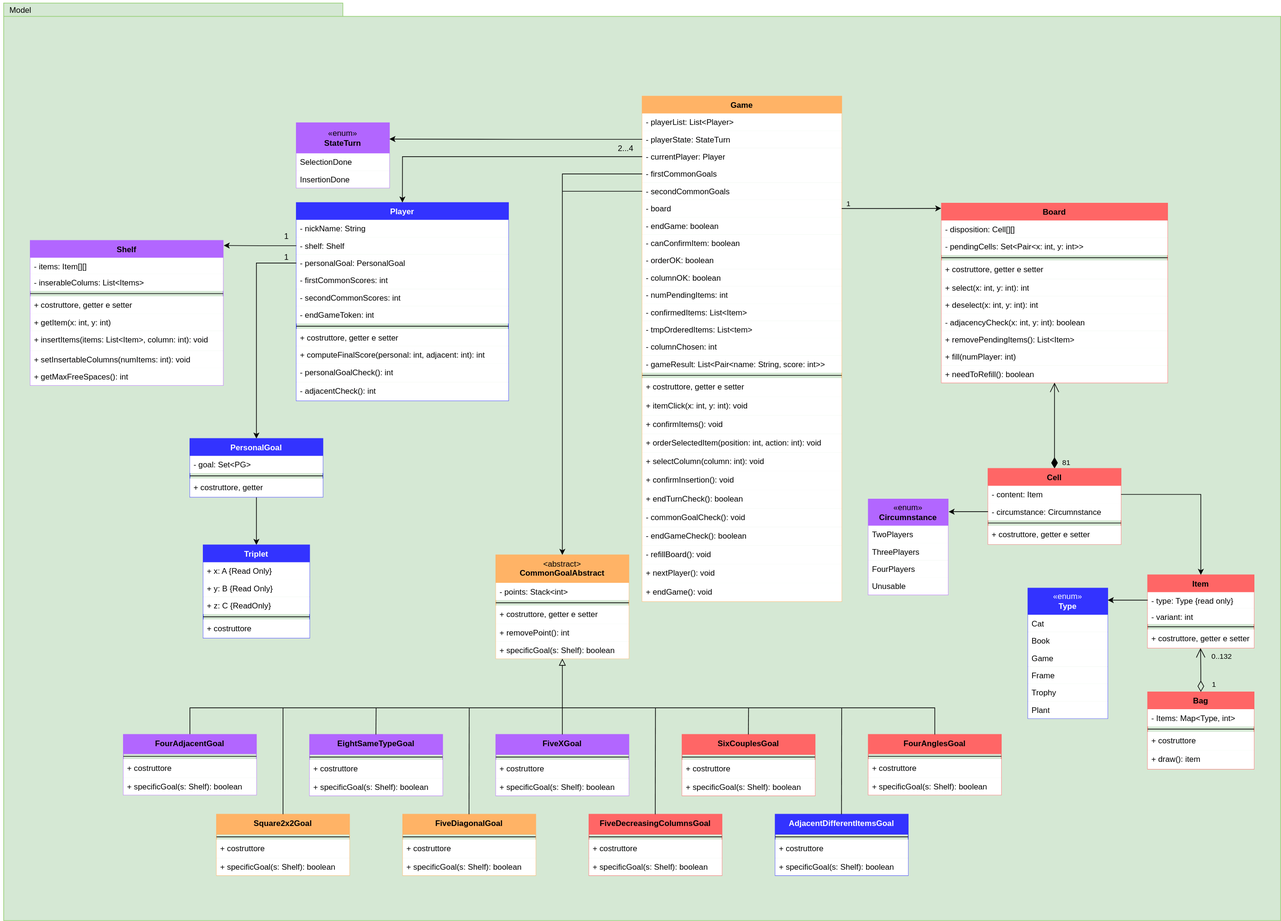
This is deliveries/UML/model.drawio.svg from pontig/ing-sw-2023-pontiggia-pasini-reffo-perriello, a draw.io export, as it was before one commit. Source tidied: cells renumbered, new cells last; positions are measured from the earlier drawing's top-left corner, leaving out a move shared by most shapes.
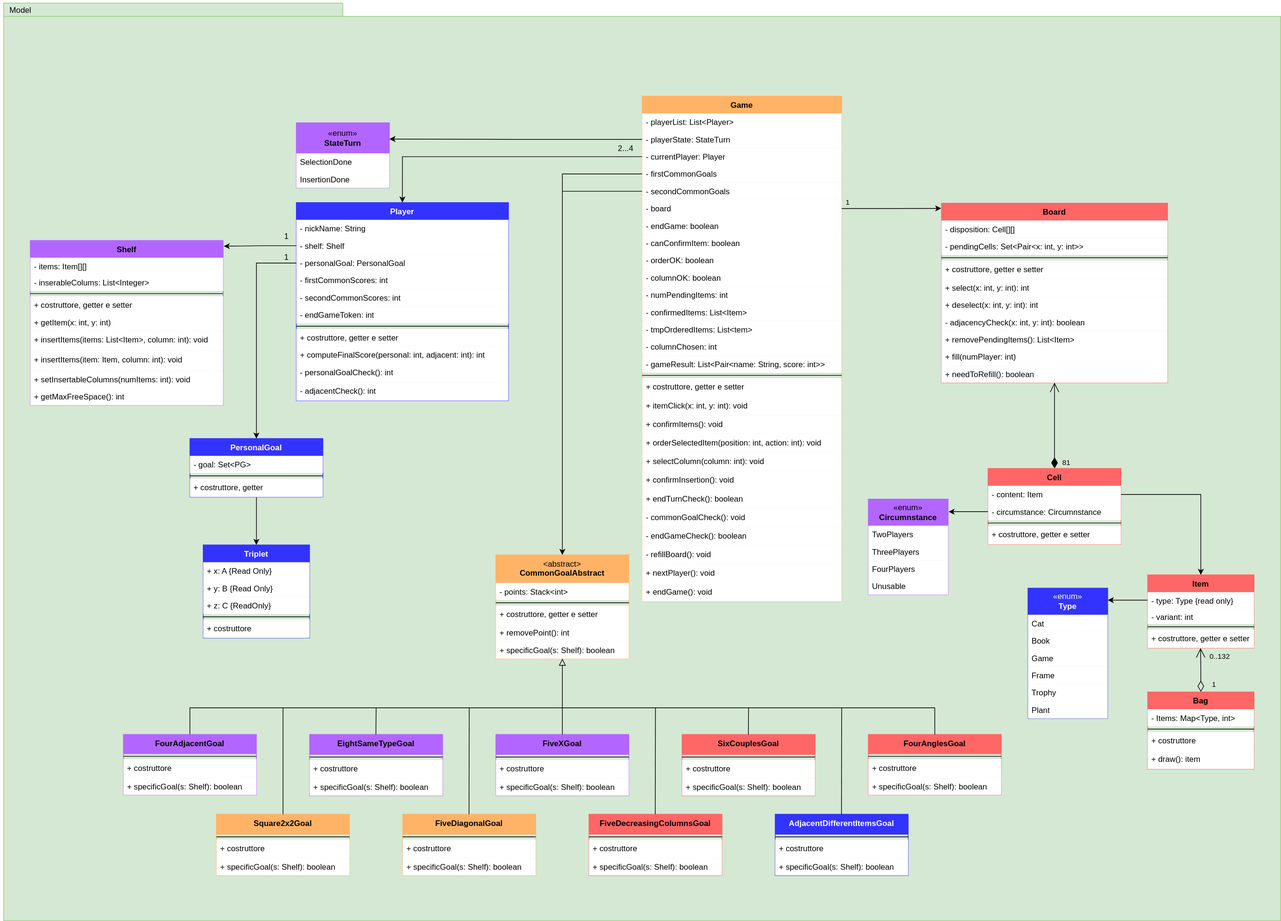
The same file after the commit.

What changed in the source:
```diff
@@ -403,12 +403,12 @@
       <mxGeometry y="60" width="200" height="28" as="geometry" />
     </mxCell>
     <mxCell id="134" value="Shelf" style="swimlane;fontStyle=1;align=center;verticalAlign=top;horizontal=1;startSize=26;whiteSpace=wrap;html=1;fillColor=#B266FF;strokeColor=#B266FF;fontColor=#000000;" parent="1" vertex="1">
-      <mxGeometry x="45" y="361" width="290" height="218" as="geometry" />
+      <mxGeometry x="45" y="361" width="290" height="248" as="geometry" />
     </mxCell>
     <mxCell id="135" value="- items: Item[][]" style="text;align=left;verticalAlign=top;spacingLeft=4;spacingRight=4;overflow=hidden;whiteSpace=wrap;html=1;fillColor=default;" parent="134" vertex="1">
       <mxGeometry y="26" width="290" height="24" as="geometry" />
     </mxCell>
-    <mxCell id="136" value="- inserableColums: List&amp;lt;Items&amp;gt;" style="text;strokeColor=none;fillColor=default;align=left;verticalAlign=top;spacingLeft=4;spacingRight=4;overflow=hidden;whiteSpace=wrap;html=1;" parent="134" vertex="1">
+    <mxCell id="136" value="- inserableColums: List&amp;lt;Integer&amp;gt;" style="text;strokeColor=none;fillColor=default;align=left;verticalAlign=top;spacingLeft=4;spacingRight=4;overflow=hidden;whiteSpace=wrap;html=1;" parent="134" vertex="1">
       <mxGeometry y="50" width="290" height="26" as="geometry" />
     </mxCell>
     <mxCell id="137" style="line;strokeWidth=1;align=left;verticalAlign=middle;spacingTop=-1;spacingLeft=3;spacingRight=3;labelPosition=right;" parent="134" vertex="1">
@@ -423,11 +423,14 @@
     <mxCell id="140" value="+ insertItems(items: List&amp;lt;Item&amp;gt;, column: int): void" style="text;align=left;verticalAlign=top;spacingLeft=4;spacingRight=4;overflow=hidden;whiteSpace=wrap;html=1;fillColor=default;" parent="134" vertex="1">
       <mxGeometry y="136" width="290" height="30" as="geometry" />
     </mxCell>
+    <mxCell id="175" value="+ insertItems(item: Item, column: int): void" style="text;align=left;verticalAlign=top;spacingLeft=4;spacingRight=4;overflow=hidden;whiteSpace=wrap;html=1;fillColor=default;" parent="134" vertex="1">
+      <mxGeometry y="166" width="290" height="30" as="geometry" />
+    </mxCell>
     <mxCell id="141" value="+ setInsertableColumns(numItems: int): void" style="text;align=left;verticalAlign=top;spacingLeft=4;spacingRight=4;overflow=hidden;whiteSpace=wrap;html=1;fillColor=default;" parent="134" vertex="1">
-      <mxGeometry y="166" width="290" height="26" as="geometry" />
+      <mxGeometry y="196" width="290" height="26" as="geometry" />
     </mxCell>
-    <mxCell id="142" value="+ getMaxFreeSpaces(): int" style="text;align=left;verticalAlign=top;spacingLeft=4;spacingRight=4;overflow=hidden;whiteSpace=wrap;html=1;fillColor=default;" parent="134" vertex="1">
-      <mxGeometry y="192" width="290" height="26" as="geometry" />
+    <mxCell id="142" value="+ getMaxFreeSpace(): int" style="text;align=left;verticalAlign=top;spacingLeft=4;spacingRight=4;overflow=hidden;whiteSpace=wrap;html=1;fillColor=default;" parent="134" vertex="1">
+      <mxGeometry y="222" width="290" height="26" as="geometry" />
     </mxCell>
     <mxCell id="143" value="Triplet" style="swimlane;fontStyle=1;align=center;verticalAlign=top;horizontal=1;startSize=26;whiteSpace=wrap;html=1;fillColor=#3333FF;fontColor=#ffffff;strokeColor=#3333FF;labelBorderColor=none;" parent="1" vertex="1">
       <mxGeometry x="305" y="819" width="160" height="140" as="geometry" />
```
